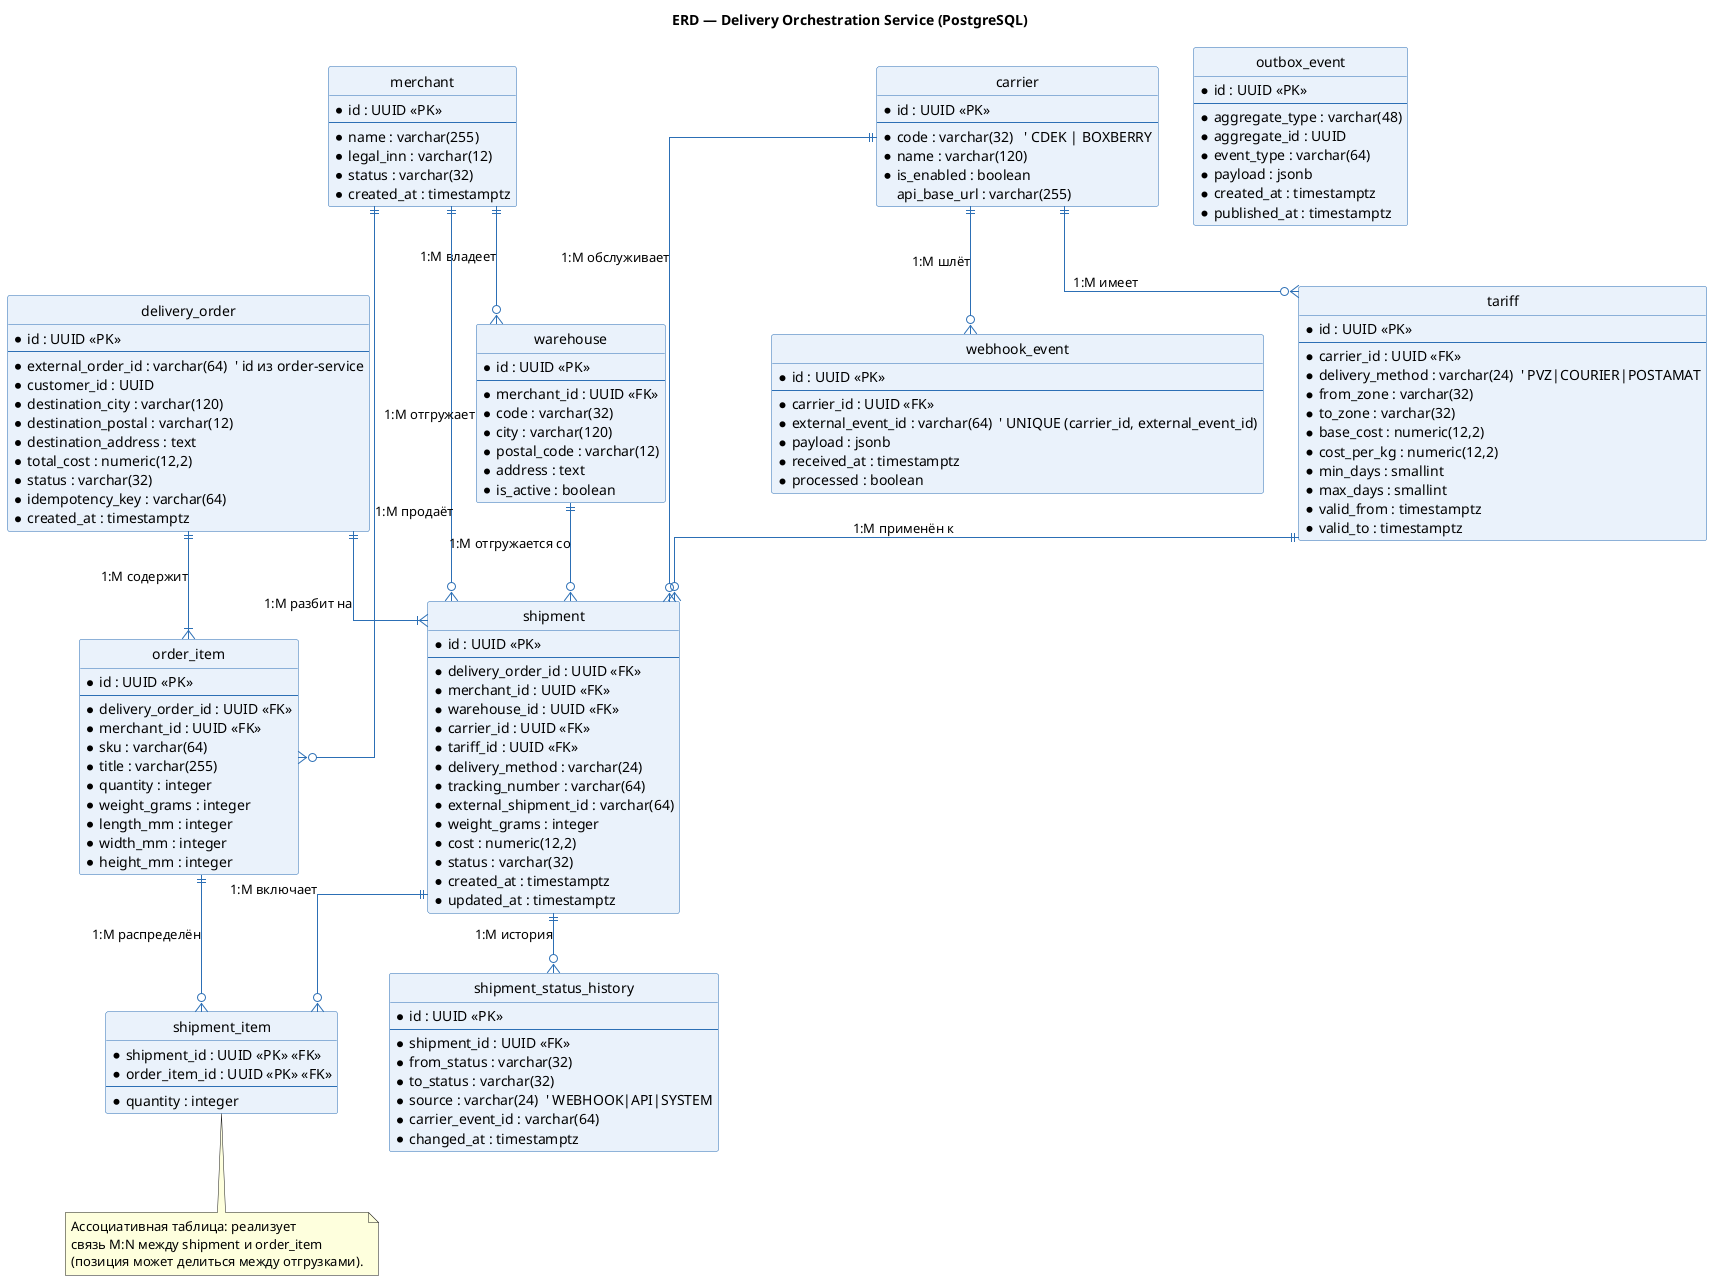
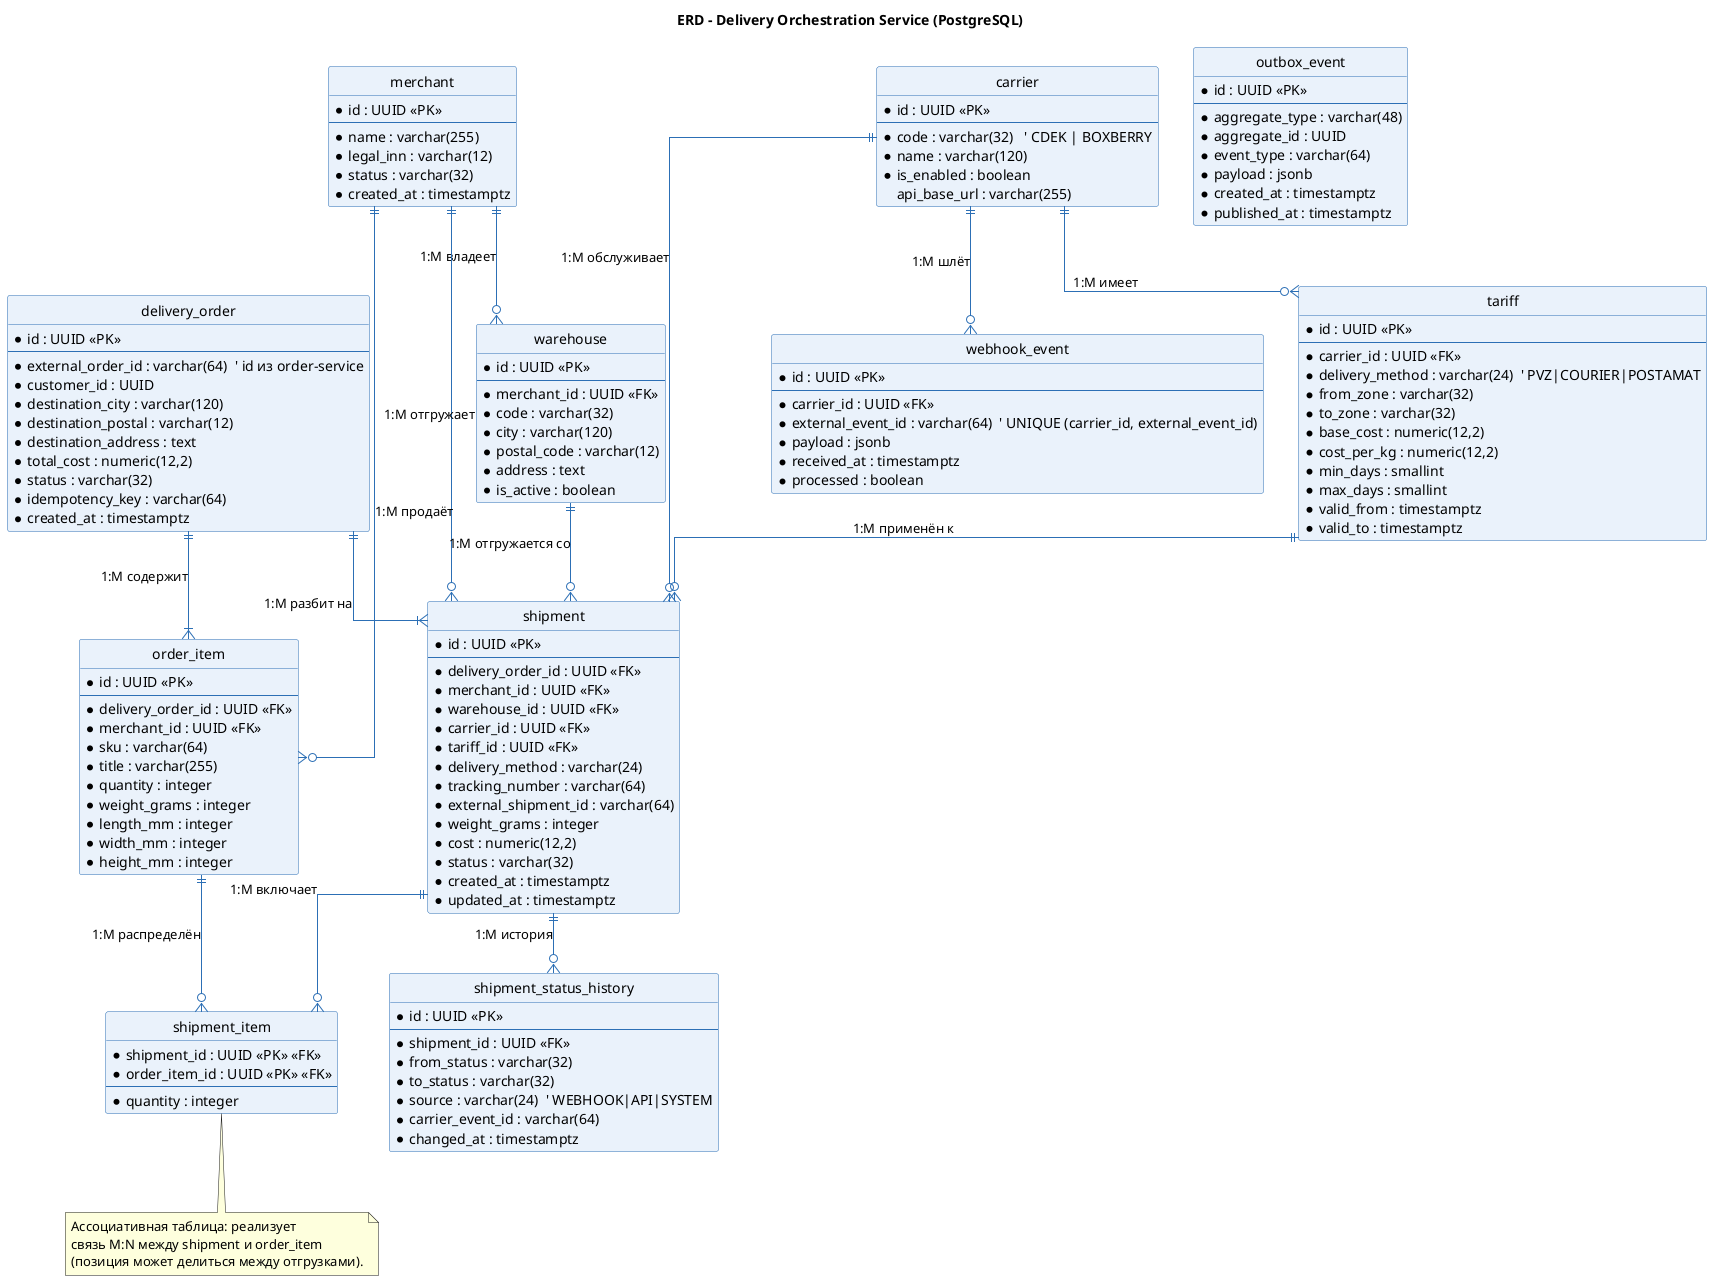
@startuml erd_delivery
' =====================================================================
'  ER-модель БД Delivery Orchestration Service (PostgreSQL 16).
- '  Нотация: crow's foot. PK — первичный ключ, FK — внешний ключ.
+ '  Нотация: crow's foot. PK – первичный ключ, FK – внешний ключ.
'  Кардинальность подписана на связях (1:M, M:N через ассоциативную
'  таблицу shipment_item).
' =====================================================================
- title ERD — Delivery Orchestration Service (PostgreSQL)
+ title ERD – Delivery Orchestration Service (PostgreSQL)

skinparam backgroundColor #FFFFFF
skinparam shadowing false
hide circle
skinparam linetype ortho
skinparam class {
  BackgroundColor #EAF2FB
  BorderColor #2C6FB5
  ArrowColor #2C6FB5
}

entity "merchant" as merchant {
  * id : UUID <<PK>>
  --
  * name : varchar(255)
  * legal_inn : varchar(12)
  * status : varchar(32)
  * created_at : timestamptz
}

entity "warehouse" as warehouse {
  * id : UUID <<PK>>
  --
  * merchant_id : UUID <<FK>>
  * code : varchar(32)
  * city : varchar(120)
  * postal_code : varchar(12)
  * address : text
  * is_active : boolean
}

entity "carrier" as carrier {
  * id : UUID <<PK>>
  --
  * code : varchar(32)   ' CDEK | BOXBERRY
  * name : varchar(120)
  * is_enabled : boolean
  api_base_url : varchar(255)
}

entity "tariff" as tariff {
  * id : UUID <<PK>>
  --
  * carrier_id : UUID <<FK>>
  * delivery_method : varchar(24)  ' PVZ|COURIER|POSTAMAT
  * from_zone : varchar(32)
  * to_zone : varchar(32)
  * base_cost : numeric(12,2)
  * cost_per_kg : numeric(12,2)
  * min_days : smallint
  * max_days : smallint
  * valid_from : timestamptz
  * valid_to : timestamptz
}

entity "delivery_order" as delivery_order {
  * id : UUID <<PK>>
  --
  * external_order_id : varchar(64)  ' id из order-service
  * customer_id : UUID
  * destination_city : varchar(120)
  * destination_postal : varchar(12)
  * destination_address : text
  * total_cost : numeric(12,2)
  * status : varchar(32)
  * idempotency_key : varchar(64)
  * created_at : timestamptz
}

entity "shipment" as shipment {
  * id : UUID <<PK>>
  --
  * delivery_order_id : UUID <<FK>>
  * merchant_id : UUID <<FK>>
  * warehouse_id : UUID <<FK>>
  * carrier_id : UUID <<FK>>
  * tariff_id : UUID <<FK>>
  * delivery_method : varchar(24)
  * tracking_number : varchar(64)
  * external_shipment_id : varchar(64)
  * weight_grams : integer
  * cost : numeric(12,2)
  * status : varchar(32)
  * created_at : timestamptz
  * updated_at : timestamptz
}

entity "order_item" as order_item {
  * id : UUID <<PK>>
  --
  * delivery_order_id : UUID <<FK>>
  * merchant_id : UUID <<FK>>
  * sku : varchar(64)
  * title : varchar(255)
  * quantity : integer
  * weight_grams : integer
  * length_mm : integer
  * width_mm : integer
  * height_mm : integer
}

entity "shipment_item" as shipment_item {
  * shipment_id : UUID <<PK>> <<FK>>
  * order_item_id : UUID <<PK>> <<FK>>
  --
  * quantity : integer
}

entity "shipment_status_history" as ssh {
  * id : UUID <<PK>>
  --
  * shipment_id : UUID <<FK>>
  * from_status : varchar(32)
  * to_status : varchar(32)
  * source : varchar(24)  ' WEBHOOK|API|SYSTEM
  * carrier_event_id : varchar(64)
  * changed_at : timestamptz
}

entity "webhook_event" as webhook_event {
  * id : UUID <<PK>>
  --
  * carrier_id : UUID <<FK>>
  * external_event_id : varchar(64)  ' UNIQUE (carrier_id, external_event_id)
  * payload : jsonb
  * received_at : timestamptz
  * processed : boolean
}

entity "outbox_event" as outbox_event {
  * id : UUID <<PK>>
  --
  * aggregate_type : varchar(48)
  * aggregate_id : UUID
  * event_type : varchar(64)
  * payload : jsonb
  * created_at : timestamptz
  * published_at : timestamptz
}

' --------- связи и кардинальность ---------
merchant       ||--o{ warehouse        : "1:M владеет"
merchant       ||--o{ shipment          : "1:M отгружает"
merchant       ||--o{ order_item        : "1:M продаёт"
carrier        ||--o{ tariff            : "1:M имеет"
carrier        ||--o{ shipment          : "1:M обслуживает"
carrier        ||--o{ webhook_event     : "1:M шлёт"
tariff         ||--o{ shipment          : "1:M применён к"
warehouse      ||--o{ shipment          : "1:M отгружается со"
delivery_order ||--|{ shipment          : "1:M разбит на"
delivery_order ||--|{ order_item        : "1:M содержит"
shipment       ||--o{ shipment_item     : "1:M включает"
order_item     ||--o{ shipment_item     : "1:M распределён"
shipment       ||--o{ ssh               : "1:M история"

note bottom of shipment_item
  Ассоциативная таблица: реализует
  связь M:N между shipment и order_item
  (позиция может делиться между отгрузками).
end note

@enduml
